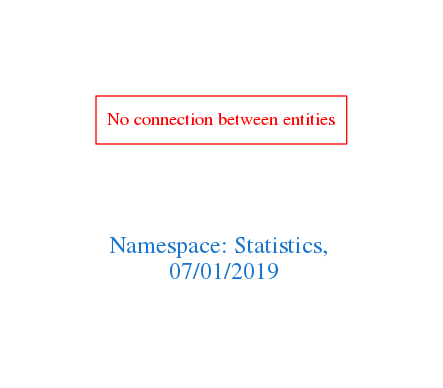
Above: downloads/Statistics.png in arago/OGIT (Graphviz), before the change. Its source is kept beside it as downloads/Statistics.dot.
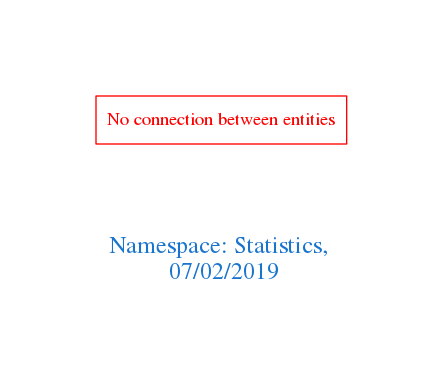
The same file after the commit.

Diff of the diagram source:
```diff
@@ -1,7 +1,7 @@
 digraph OGIT_ontology {
  graph [ rankdir= LR,pad=1
 fontsize = 18,
-fontcolor= dodgerblue3,label = "\n\n\nNamespace: Statistics, \n 07/01/2019"];
+fontcolor= dodgerblue3,label = "\n\n\nNamespace: Statistics, \n 07/02/2019"];
 node[shape=polygon];
 edge [  color="gray81"];
 
```
